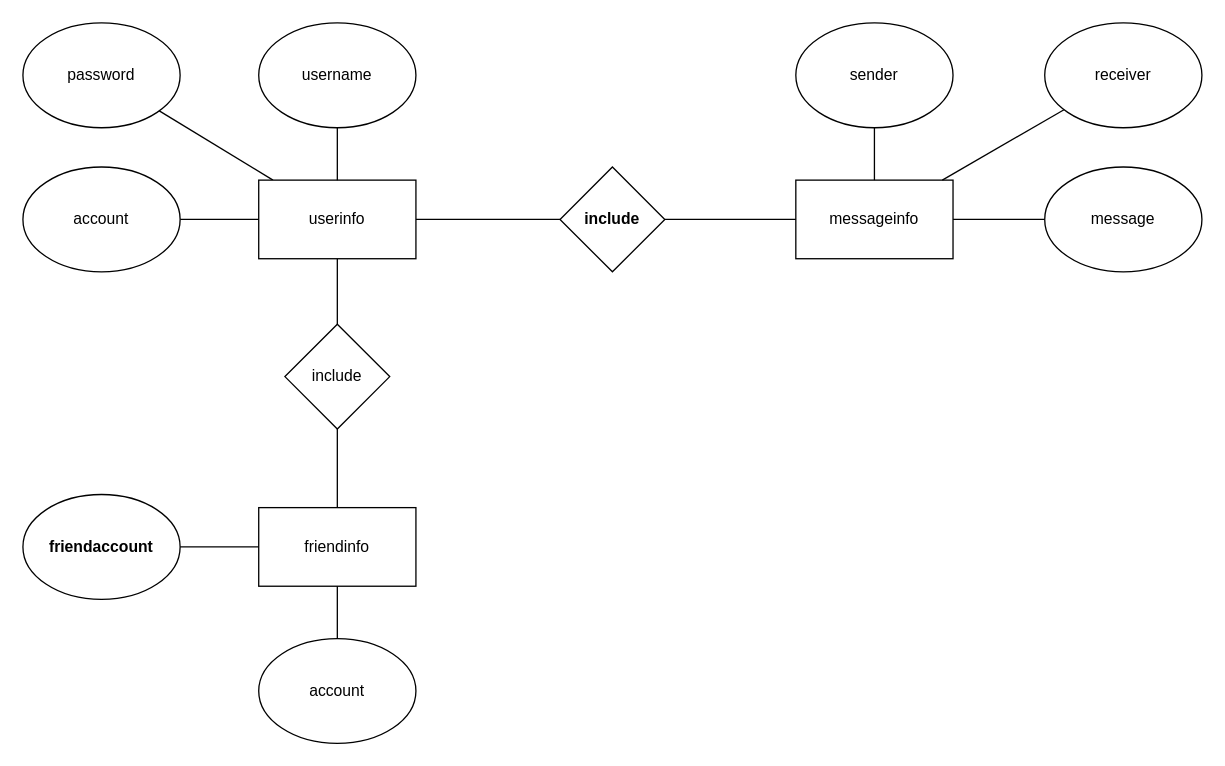
Before: help/design/er.drawio in dty2/VChat-CLI, a draw.io diagram. Source tidied: cells renumbered, new cells numbered last; positions are measured from the earlier drawing's top-left corner, leaving out a move shared by most shapes. Both pictures are drawn from the tidied source at 131%, with x=0, y=0 at pixel (22, 22).
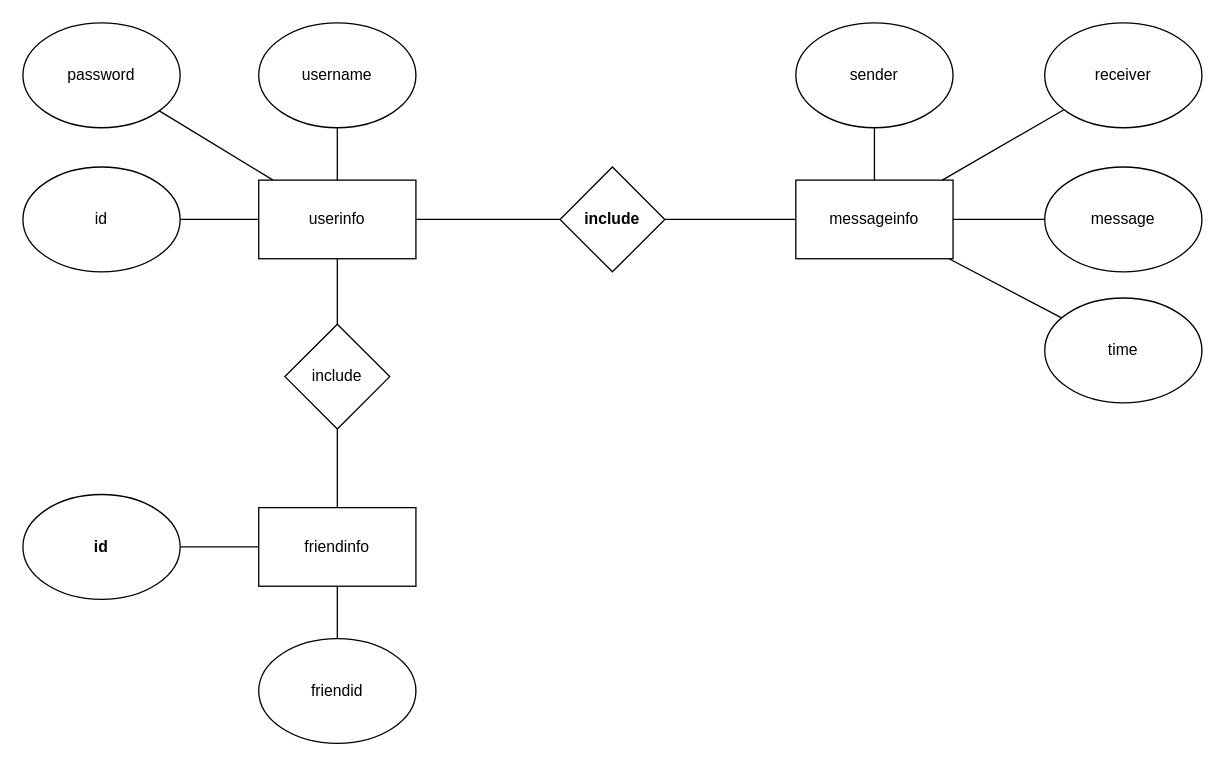
After the change.

Unchanged cells that the change refers to:
```xml
<mxCell id="16" value="messageinfo" style="rounded=0;whiteSpace=wrap;html=1;" parent="1" vertex="1">
  <mxGeometry x="590" y="120" width="120" height="60" as="geometry" />
</mxCell>
```

The edit, as a diff of the source:
```diff
@@
-    <mxCell id="10" value="account" style="ellipse;whiteSpace=wrap;html=1;" parent="1" vertex="1">
+    <mxCell id="10" value="id" style="ellipse;whiteSpace=wrap;html=1;" parent="1" vertex="1">
       <mxGeometry y="110" width="120" height="80" as="geometry" />
     </mxCell>
@@
-    <mxCell id="13" value="account" style="ellipse;whiteSpace=wrap;html=1;" parent="1" vertex="1">
+    <mxCell id="13" value="friendid" style="ellipse;whiteSpace=wrap;html=1;" parent="1" vertex="1">
       <mxGeometry x="180" y="470" width="120" height="80" as="geometry" />
     </mxCell>
@@
-    <mxCell id="15" value="friendaccount" style="ellipse;whiteSpace=wrap;html=1;fontStyle=1;" parent="1" vertex="1">
+    <mxCell id="15" value="id" style="ellipse;whiteSpace=wrap;html=1;fontStyle=1;" parent="1" vertex="1">
       <mxGeometry y="360" width="120" height="80" as="geometry" />
     </mxCell>
+    <mxCell id="27" style="rounded=0;jettySize=auto;html=1;endArrow=none;endFill=0;" parent="1" edge="1" source="16" target="28">
+      <mxGeometry relative="1" as="geometry" />
+    </mxCell>
@@
+    <mxCell id="28" value="time" style="ellipse;whiteSpace=wrap;html=1;" parent="1" vertex="1">
+      <mxGeometry x="780" y="210" width="120" height="80" as="geometry" />
+    </mxCell>
```
